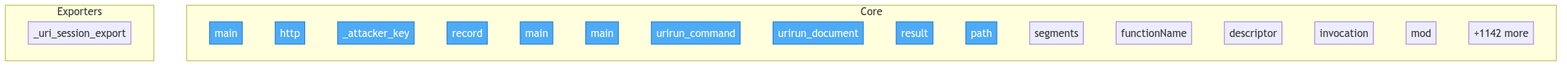
if-uri/urirun keeps this Mermaid diagram as project/flow.png. Above is the earlier version. Its source is kept beside it as project/flow.mmd.
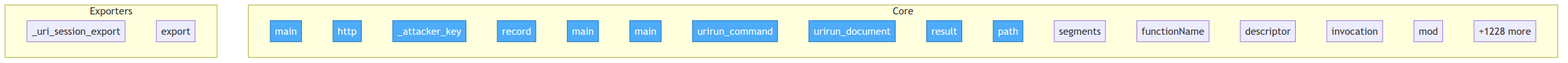
The same diagram one commit later.

What changed in the source:
```diff
@@ -18,11 +18,12 @@
         adapters__js__descriptor["descriptor"]
         adapters__js__invocation["invocation"]
         adapters__js__mod["mod"]
-        ...["+1142 more"]
+        ...["+1228 more"]
     end
 
     subgraph Exporters
         adapters__python__urirun__node__skill___uri_session_export["_uri_session_export"]
+        adapters__python__urirun__host__cron_admin__export["export"]
     end
 
     class docs__gen_error_codes__main,security__mesh_probe__probe__http,security__mesh_probe__probe___attacker_key,security__mesh_probe__probe__record,adapters__conformance__main,adapters__new_connector__main,adapters__bash__urirun__urirun_command,adapters__bash__urirun__urirun_document,adapters__js__index__test__result,adapters__js__path entry
```
